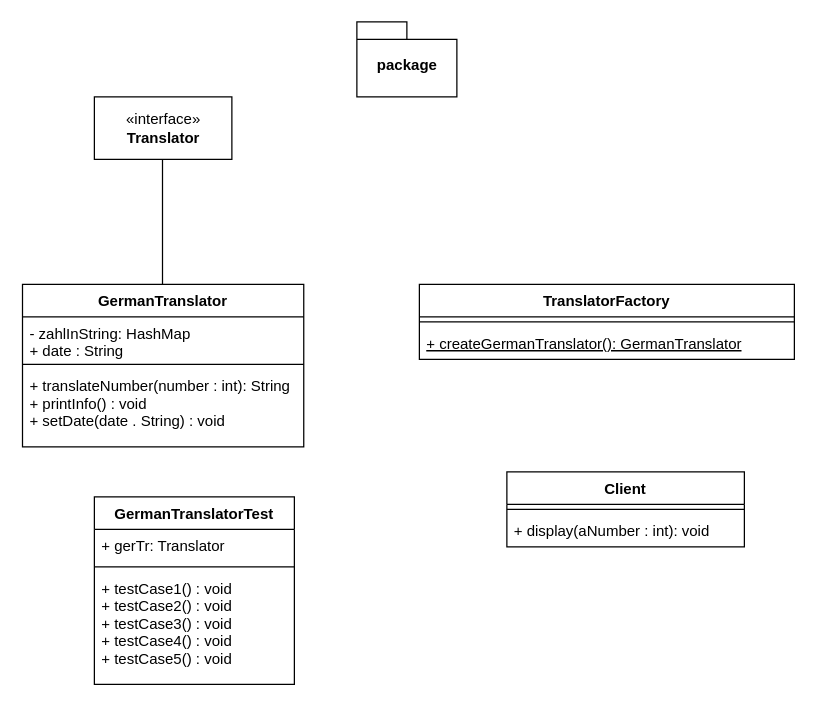
Above: KlassenUebung1.drawio.xml in simonbiwer/se1 (draw.io), before the change. Source tidied: cells renumbered, new cells numbered last; positions are measured from the earlier drawing's top-left corner, leaving out a move shared by most shapes. Both pictures are drawn from the tidied source at 125%, with x=0, y=0 at pixel (21, 21).
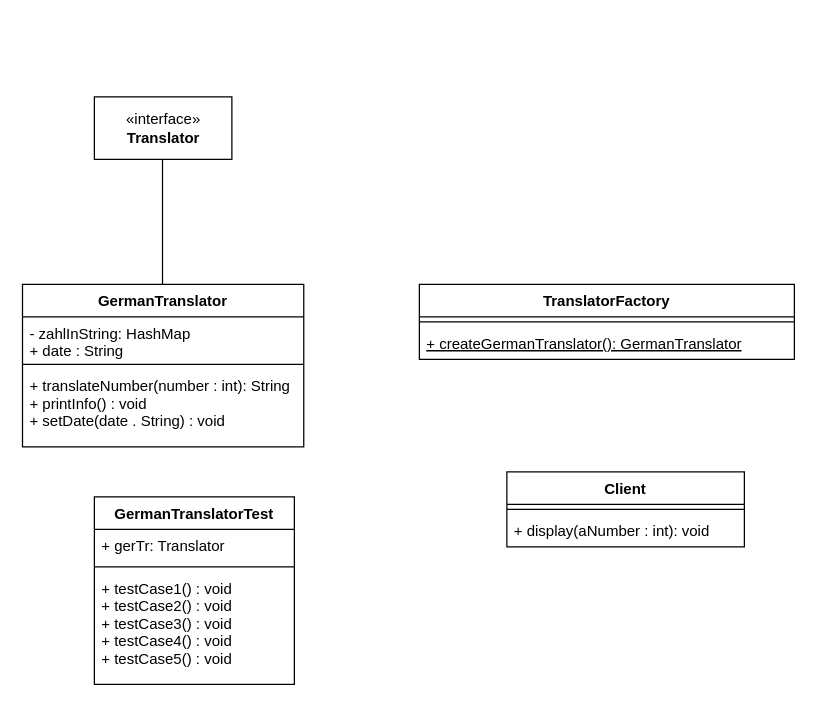
The same diagram, later.

Diff of the diagram source:
```diff
@@
-    <mxCell id="11" value="package" style="shape=folder;fontStyle=1;spacingTop=10;tabWidth=40;tabHeight=14;tabPosition=left;html=1;" parent="1" vertex="1">
-      <mxGeometry x="268" width="80" height="60" as="geometry" />
-    </mxCell>
```
